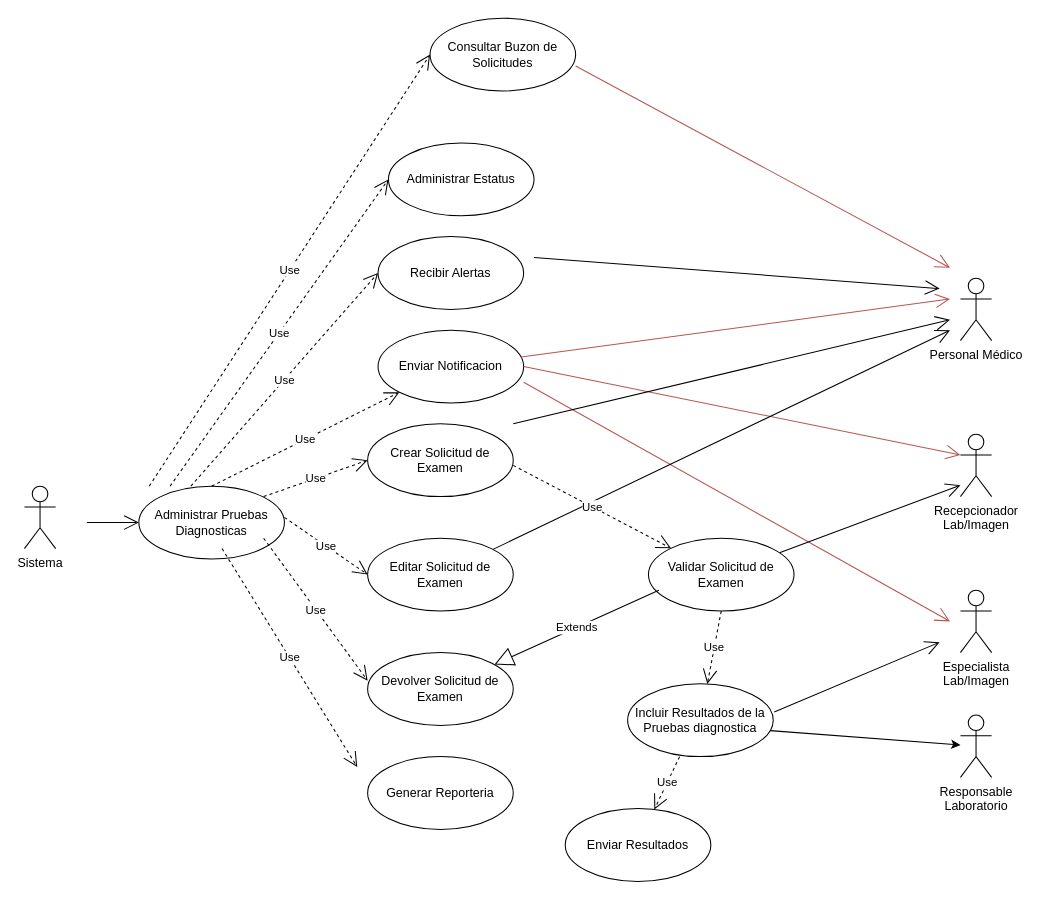
The draw.io diagram page "CU General del Modulo Pruebas Diagnosticas" (9 of 15) of Diagramas de los Módulos.drawio in marguello86/Equipo1_MINSA, before the edit. Source tidied: cells renumbered, new cells numbered last; positions are measured from the earlier drawing's top-left corner, leaving out a move shared by most shapes. Both pictures are drawn from the tidied source at 104%, with x=0, y=0 at pixel (24, 18).
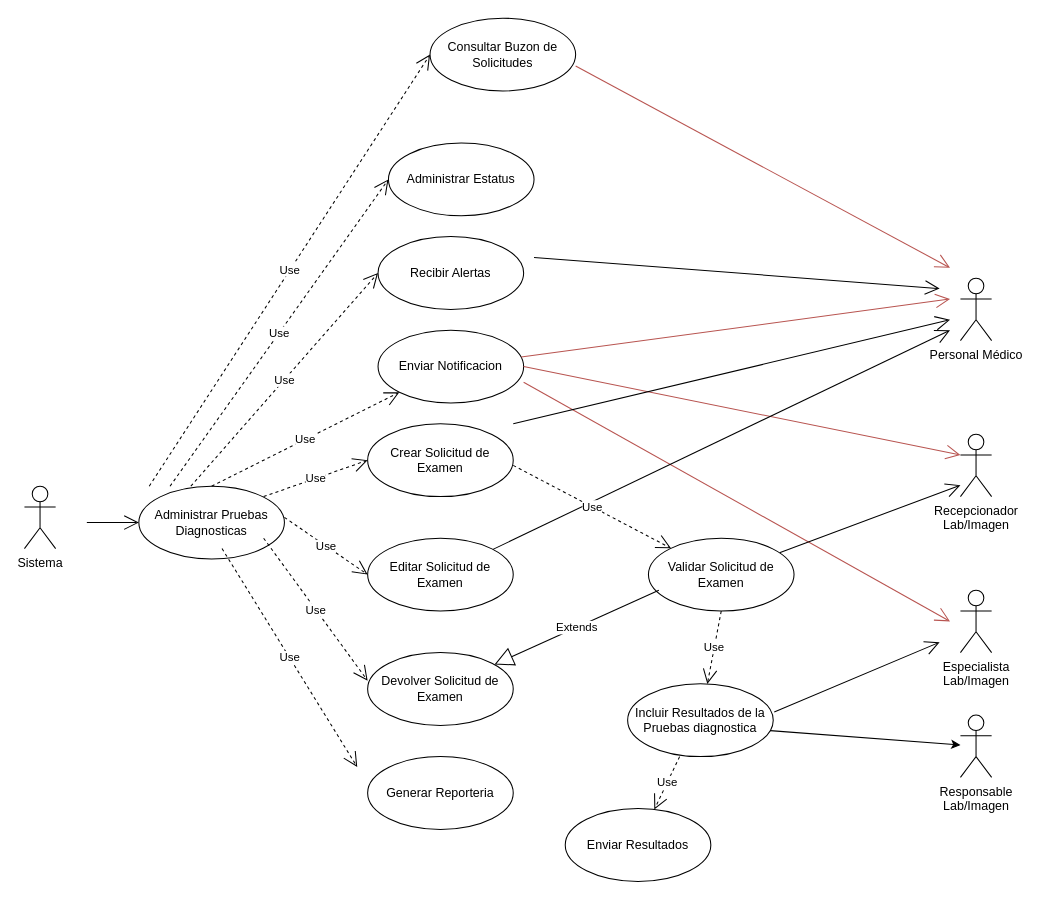
Above is the later version.

Commit message (it also covers changes not shown here):
se agrega caso de uso de resumen clinico y se actualiza casos de uso de laboratorio e imagenes segun comentarios del informe

Change to the diagram source:
```diff
@@
-    <mxCell id="37" value="Responsable&lt;br&gt;Laboratorio" style="shape=umlActor;verticalLabelPosition=bottom;verticalAlign=top;html=1;" parent="1" vertex="1">
+    <mxCell id="37" value="Responsable&lt;br&gt;Lab/Imagen" style="shape=umlActor;verticalLabelPosition=bottom;verticalAlign=top;html=1;" parent="1" vertex="1">
       <mxGeometry x="900" y="670" width="30" height="60" as="geometry" />
     </mxCell>
```
